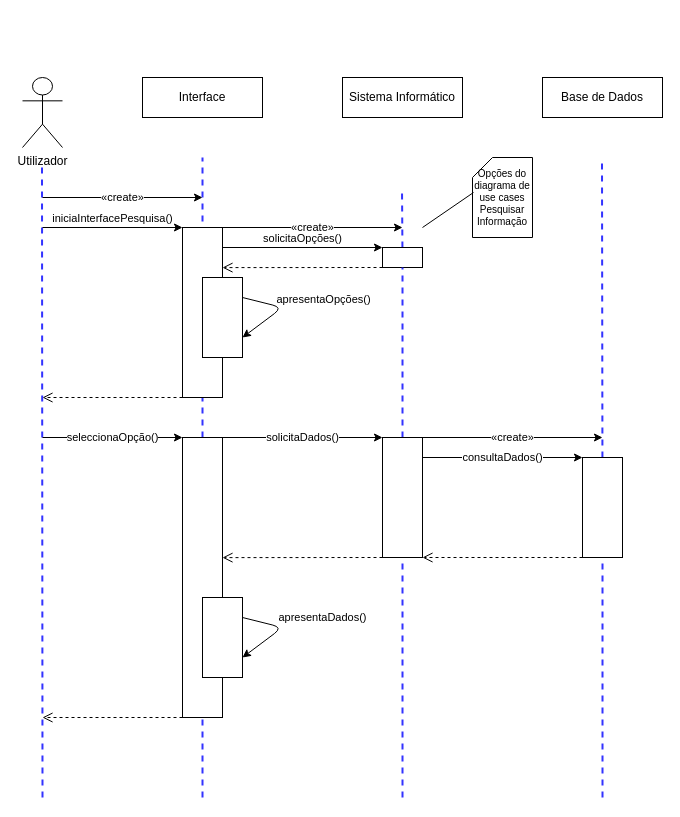
The draw.io diagram page "Pesquisa" (1 of 7) of 4. Diagramas de Sequências.drawio in carlan92/Hospital_Management_System, before the edit. Source tidied: cells renumbered, new cells numbered last; positions are measured from the earlier drawing's top-left corner, leaving out a move shared by most shapes. Both pictures are drawn from the tidied source at 100%, with x=0, y=0 at pixel (22, 77).
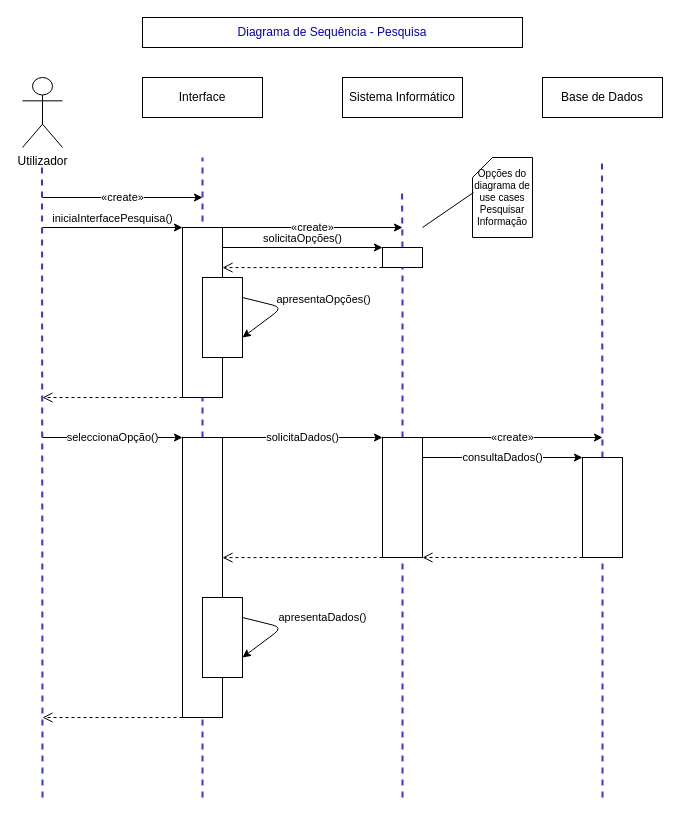
The same page after the edit.

The edit, as a diff of the source:
```diff
@@
+    <mxCell id="38" value="Diagrama de Sequência - Pesquisa" style="rounded=0;whiteSpace=wrap;html=1;fontColor=#0000CC;" parent="1" vertex="1">
+      <mxGeometry x="120" y="-60" width="380" height="30" as="geometry" />
+    </mxCell>
```
